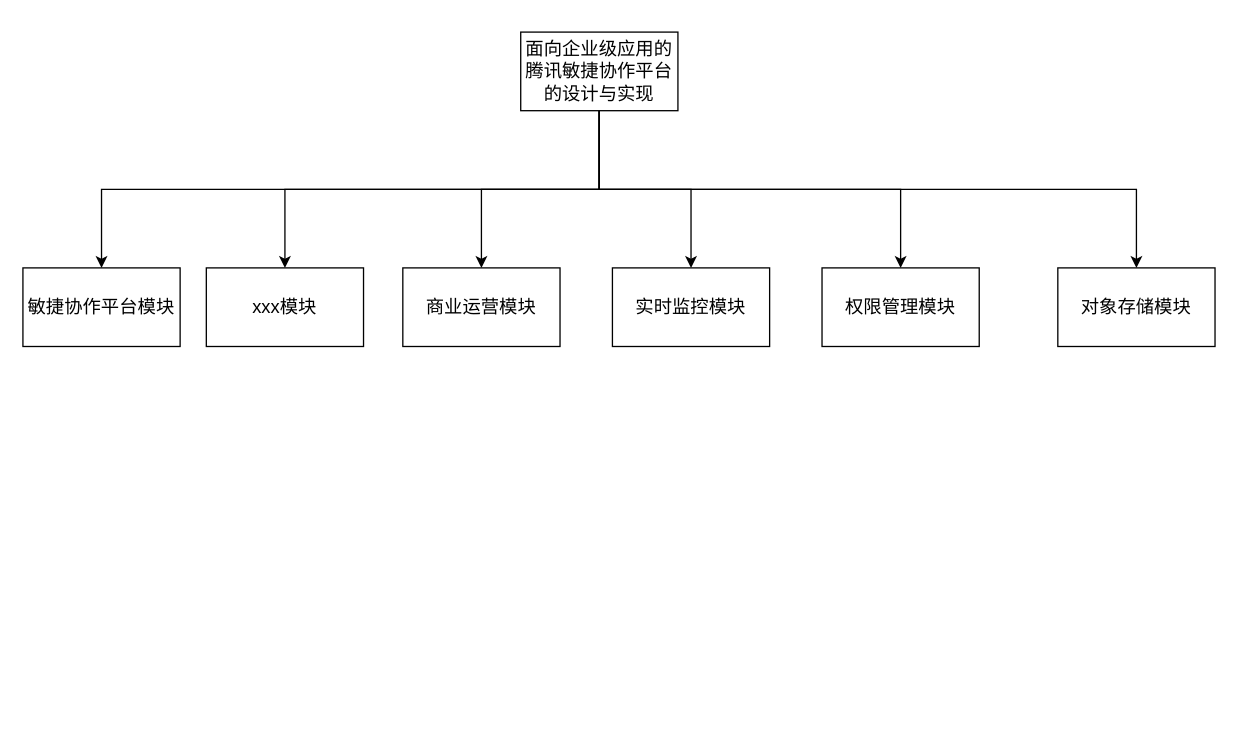
This is system.drawio from qf2020/drawio, a draw.io file, before an edit. Source tidied: cells renumbered, new cells numbered last; positions are measured from the earlier drawing's top-left corner, leaving out a move shared by most shapes. Both pictures are drawn from the tidied source at 131%, with x=0, y=0 at pixel (22, 31).
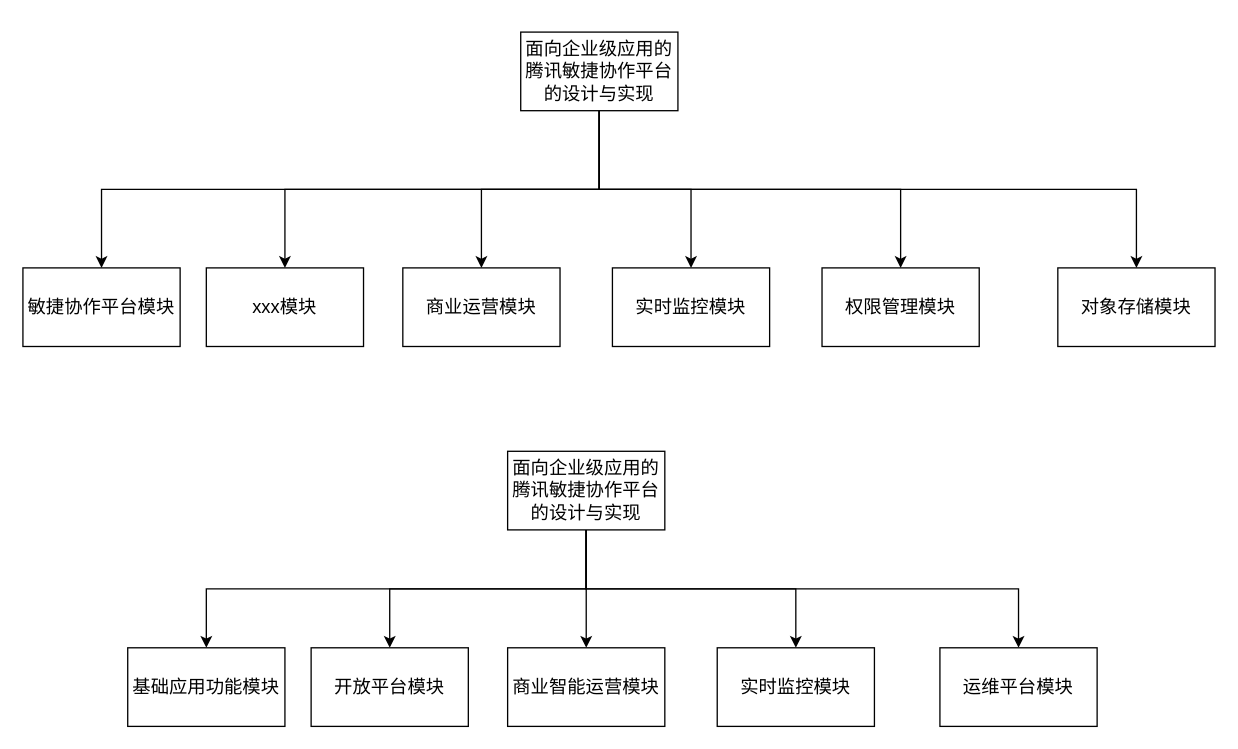
Above is the later version.

Change to the diagram source:
```diff
@@
+    <mxCell id="15" style="edgeStyle=orthogonalEdgeStyle;rounded=0;jettySize=auto;html=1;exitX=0.5;exitY=1;exitDx=0;exitDy=0;" parent="1" edge="1" source="20" target="23">
+      <mxGeometry relative="1" as="geometry" />
+    </mxCell>
+    <mxCell id="16" style="edgeStyle=orthogonalEdgeStyle;rounded=0;jettySize=auto;html=1;exitX=0.5;exitY=1;exitDx=0;exitDy=0;" parent="1" edge="1" source="20" target="22">
+      <mxGeometry relative="1" as="geometry" />
+    </mxCell>
+    <mxCell id="17" style="edgeStyle=orthogonalEdgeStyle;rounded=0;jettySize=auto;html=1;exitX=0.5;exitY=1;exitDx=0;exitDy=0;entryX=0.5;entryY=0;entryDx=0;entryDy=0;" parent="1" edge="1" source="20" target="21">
+      <mxGeometry relative="1" as="geometry" />
+    </mxCell>
+    <mxCell id="18" style="edgeStyle=orthogonalEdgeStyle;rounded=0;jettySize=auto;html=1;exitX=0.5;exitY=1;exitDx=0;exitDy=0;" parent="1" edge="1" source="20" target="24">
+      <mxGeometry relative="1" as="geometry" />
+    </mxCell>
+    <mxCell id="19" style="edgeStyle=orthogonalEdgeStyle;rounded=0;jettySize=auto;html=1;exitX=0.5;exitY=1;exitDx=0;exitDy=0;entryX=0.5;entryY=0;entryDx=0;entryDy=0;" parent="1" edge="1" source="20" target="25">
+      <mxGeometry relative="1" as="geometry" />
+    </mxCell>
+    <mxCell id="20" value="&lt;p class=&quot;MsoNormal&quot;&gt;&lt;span style=&quot;mso-spacerun:'yes';font-family:宋体;mso-bidi-font-family:'Times New Roman';&#10;mso-bidi-font-weight:bold;font-size:10.5000pt;mso-font-kerning:1.0000pt;&quot;&gt;&lt;font face=&quot;宋体&quot;&gt;面向企业级应用的腾讯敏捷协作平台的设计与实现&lt;/font&gt;&lt;/span&gt;&lt;/p&gt;" style="rounded=0;whiteSpace=wrap;html=1;" parent="1" vertex="1">
+      <mxGeometry x="370" y="320" width="120" height="60" as="geometry" />
+    </mxCell>
+    <mxCell id="21" value="&lt;p class=&quot;MsoNormal&quot;&gt;&lt;span style=&quot;mso-spacerun:'yes';font-family:宋体;mso-bidi-font-family:'Times New Roman';&lt;br/&gt;mso-bidi-font-weight:bold;font-size:10.5000pt;mso-font-kerning:1.0000pt;&quot;&gt;&lt;font face=&quot;宋体&quot;&gt;运维平台模块&lt;/font&gt;&lt;/span&gt;&lt;/p&gt;" style="rounded=0;whiteSpace=wrap;html=1;" parent="1" vertex="1">
+      <mxGeometry x="700" y="470" width="120" height="60" as="geometry" />
+    </mxCell>
+    <mxCell id="22" value="&lt;p class=&quot;MsoNormal&quot;&gt;&lt;span style=&quot;font-family: 宋体; font-size: 14px;&quot;&gt;实时监控模块&lt;/span&gt;&lt;/p&gt;" style="rounded=0;whiteSpace=wrap;html=1;" parent="1" vertex="1">
+      <mxGeometry x="530" y="470" width="120" height="60" as="geometry" />
+    </mxCell>
+    <mxCell id="23" value="&lt;p class=&quot;MsoNormal&quot;&gt;&lt;font face=&quot;宋体&quot;&gt;&lt;span style=&quot;font-size: 14px;&quot;&gt;基础应用功能模块&lt;/span&gt;&lt;/font&gt;&lt;/p&gt;" style="rounded=0;whiteSpace=wrap;html=1;" parent="1" vertex="1">
+      <mxGeometry x="80" y="470" width="120" height="60" as="geometry" />
+    </mxCell>
+    <mxCell id="24" value="&lt;p class=&quot;MsoNormal&quot;&gt;&lt;font face=&quot;宋体&quot;&gt;&lt;span style=&quot;font-size: 14px;&quot;&gt;商业智能运营模块&lt;/span&gt;&lt;/font&gt;&lt;/p&gt;" style="rounded=0;whiteSpace=wrap;html=1;" parent="1" vertex="1">
+      <mxGeometry x="370" y="470" width="120" height="60" as="geometry" />
+    </mxCell>
+    <mxCell id="25" value="&lt;p class=&quot;MsoNormal&quot;&gt;&lt;span style=&quot;font-family: 宋体; font-size: 14px;&quot;&gt;开放平台模块&lt;/span&gt;&lt;/p&gt;" style="rounded=0;whiteSpace=wrap;html=1;" parent="1" vertex="1">
+      <mxGeometry x="220" y="470" width="120" height="60" as="geometry" />
+    </mxCell>
```
